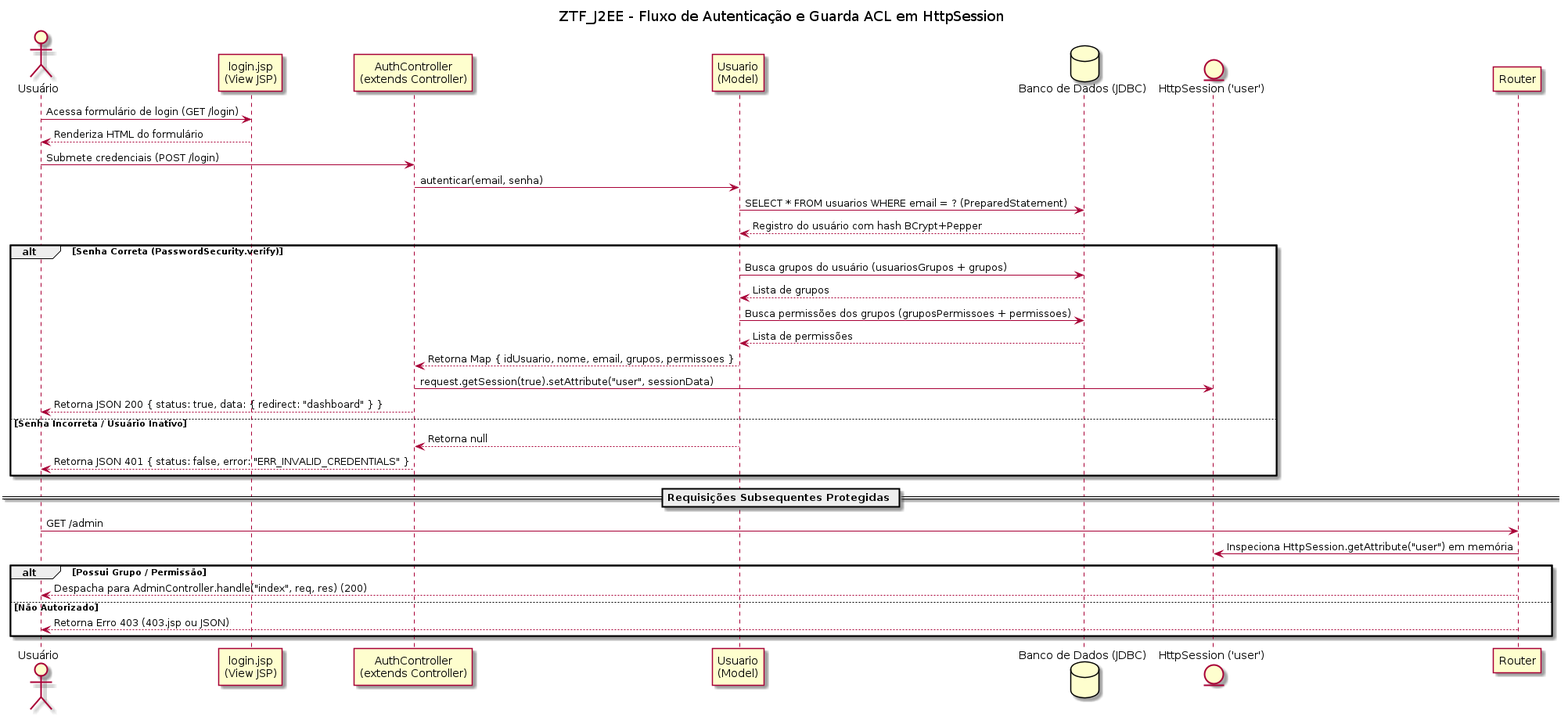
roobertoAlves/hospital-case-backend keeps this PlantUML diagram as src/main/webapp/assets/images/diagrams/Session_ACL.png. Above is the earlier version. Its source is kept beside it as src/main/webapp/WEB-INF/documentation/Session_ACL.puml. The source it was exported from:
```plantuml
@startuml Session_ACL
title ZTF_J2EE - Fluxo de Autenticação e Guarda ACL em HttpSession

actor "Usuário" as User
participant "login.jsp\n(View JSP)" as View
participant "AuthController\n(extends Controller)" as Auth
participant "Usuario\n(Model)" as Model
database "Banco de Dados (JDBC)" as DB
entity "HttpSession ('user')" as Session
participant "Router" as Router

User -> View : Acessa formulário de login (GET /login)
View --> User : Renderiza HTML do formulário

User -> Auth : Submete credenciais (POST /login)
Auth -> Model : autenticar(email, senha)
Model -> DB : SELECT * FROM usuarios WHERE email = ? (PreparedStatement)
DB --> Model : Registro do usuário com hash BCrypt+Pepper

alt Senha Correta (PasswordSecurity.verify)
    Model -> DB : Busca grupos do usuário (usuarios_grupos + grupos)
    DB --> Model : Lista de grupos
    Model -> DB : Busca permissões dos grupos (grupos_permissoes + permissoes)
    DB --> Model : Lista de permissões

    Model --> Auth : Retorna Map { id_usuario, nome, email, grupos, permissoes }
    Auth -> Session : request.getSession(true).setAttribute("user", sessionData)
    Auth --> User : Retorna JSON 200 { status: true, data: { redirect: "dashboard" } }
else Senha Incorreta / Usuário Inativo
    Model --> Auth : Retorna null
    Auth --> User : Retorna JSON 401 { status: false, error: "ERR_INVALID_CREDENTIALS" }
end

== Requisições Subsequentes Protegidas ==

User -> Router : GET /admin
Router -> Session : Inspeciona HttpSession.getAttribute("user") em memória
alt Possui Grupo / Permissão
    Router --> User : Despacha para AdminController.handle("index", req, res) (200)
else Não Autorizado
    Router --> User : Retorna Erro 403 (403.jsp ou JSON)
end

@enduml
```
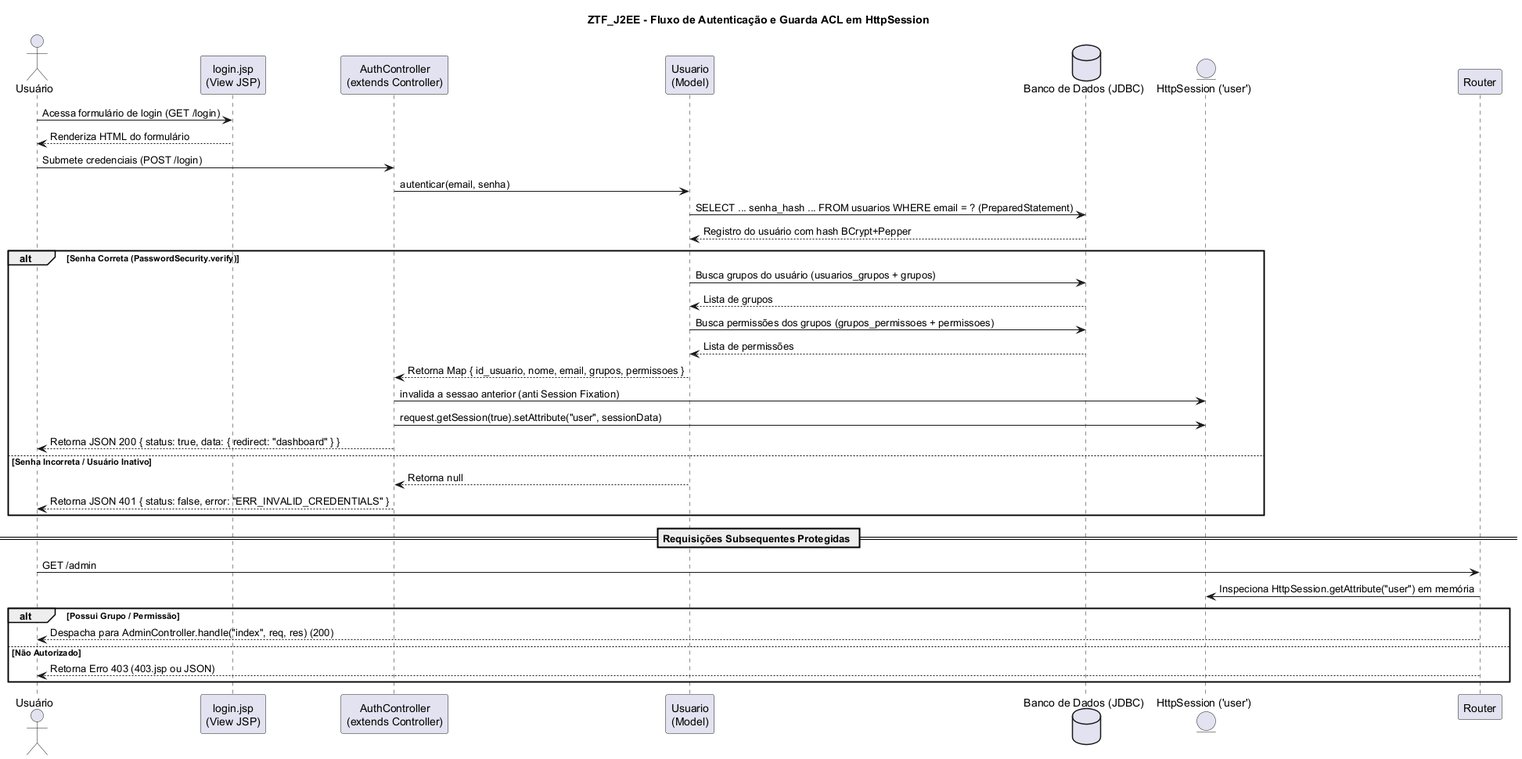
Above is the later version.

Change to the diagram source:
```diff
@@ -14,7 +14,7 @@
 
 User -> Auth : Submete credenciais (POST /login)
 Auth -> Model : autenticar(email, senha)
-Model -> DB : SELECT * FROM usuarios WHERE email = ? (PreparedStatement)
+Model -> DB : SELECT ... senha_hash ... FROM usuarios WHERE email = ? (PreparedStatement)
 DB --> Model : Registro do usuário com hash BCrypt+Pepper
 
 alt Senha Correta (PasswordSecurity.verify)
@@ -24,6 +24,7 @@
     DB --> Model : Lista de permissões
 
     Model --> Auth : Retorna Map { id_usuario, nome, email, grupos, permissoes }
+    Auth -> Session : invalida a sessao anterior (anti Session Fixation)
     Auth -> Session : request.getSession(true).setAttribute("user", sessionData)
     Auth --> User : Retorna JSON 200 { status: true, data: { redirect: "dashboard" } }
 else Senha Incorreta / Usuário Inativo
```
